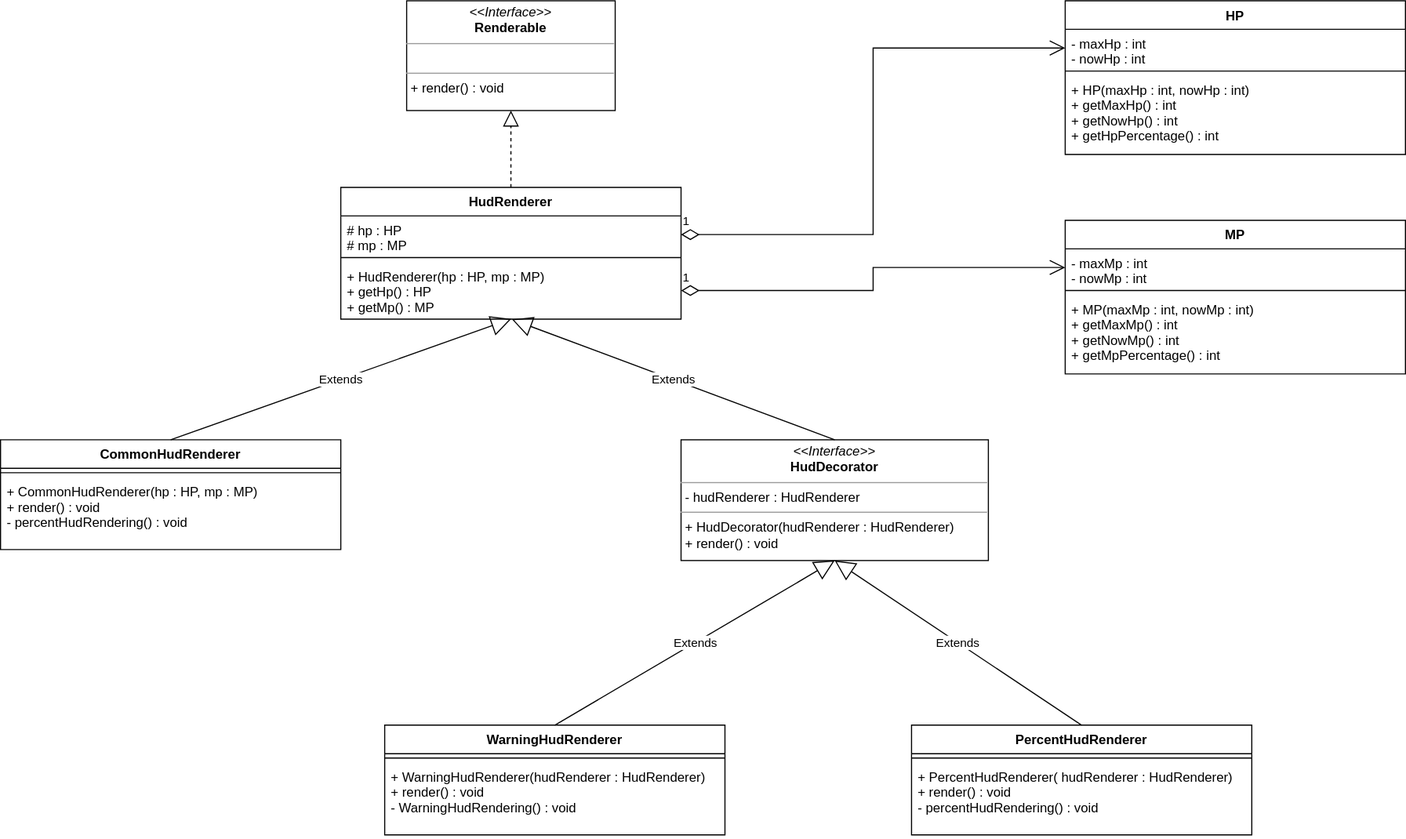
Before: app/src/main/resources/decorator/Decorator_Pattern.drawio.svg, a diagram exported from draw.io (jongHyeon0000/DesignPattern-example). Source tidied: cells renumbered, new cells last; positions are measured from the earlier drawing's top-left corner, leaving out a move shared by most shapes.
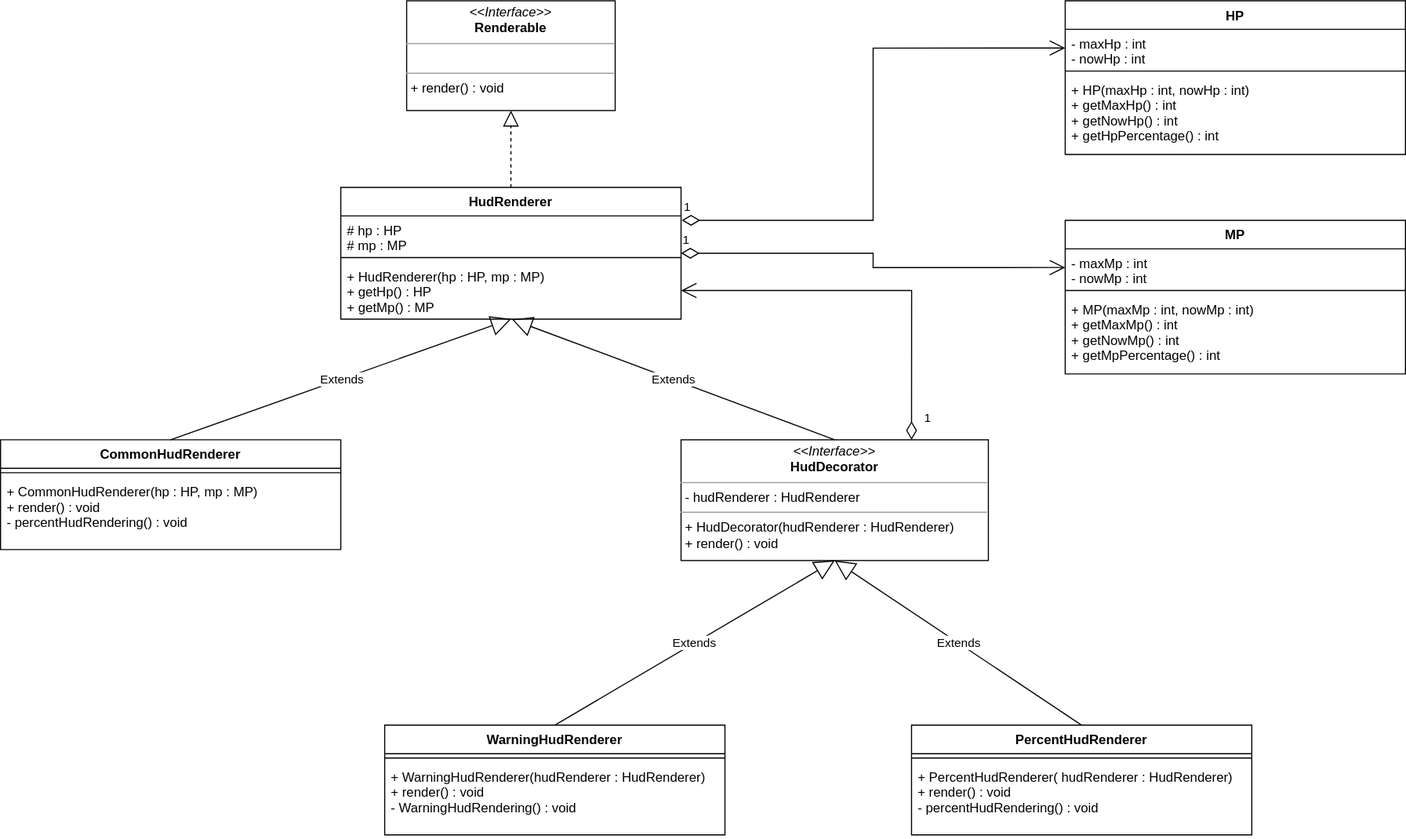
The same file after the commit.

Diff of the diagram source:
```diff
@@ -86,11 +86,14 @@
     <mxCell id="29" value="Extends" style="endArrow=block;endSize=16;endFill=0;html=1;rounded=0;exitX=0.5;exitY=0;exitDx=0;exitDy=0;entryX=0.5;entryY=1;entryDx=0;entryDy=0;" parent="1" edge="1" source="22" target="11">
       <mxGeometry relative="1" as="geometry" />
     </mxCell>
-    <mxCell id="30" value="1" style="endArrow=open;html=1;endSize=12;startArrow=diamondThin;startSize=14;startFill=0;edgeStyle=orthogonalEdgeStyle;align=left;verticalAlign=bottom;rounded=0;exitX=1;exitY=0.5;exitDx=0;exitDy=0;entryX=0;entryY=0.5;entryDx=0;entryDy=0;" parent="1" edge="1" source="13" target="4">
+    <mxCell id="30" value="1" style="endArrow=open;html=1;endSize=12;startArrow=diamondThin;startSize=14;startFill=0;edgeStyle=orthogonalEdgeStyle;align=left;verticalAlign=bottom;rounded=0;exitX=1.002;exitY=0.118;exitDx=0;exitDy=0;entryX=0;entryY=0.5;entryDx=0;entryDy=0;exitPerimeter=0;" parent="1" edge="1" source="13" target="4">
       <mxGeometry x="-1" y="3" relative="1" as="geometry" />
     </mxCell>
-    <mxCell id="31" value="1" style="endArrow=open;html=1;endSize=12;startArrow=diamondThin;startSize=14;startFill=0;edgeStyle=orthogonalEdgeStyle;align=left;verticalAlign=bottom;rounded=0;exitX=1;exitY=0.5;exitDx=0;exitDy=0;entryX=0;entryY=0.5;entryDx=0;entryDy=0;" parent="1" edge="1" source="15" target="8">
+    <mxCell id="31" value="1" style="endArrow=open;html=1;endSize=12;startArrow=diamondThin;startSize=14;startFill=0;edgeStyle=orthogonalEdgeStyle;align=left;verticalAlign=bottom;rounded=0;exitX=1;exitY=0.5;exitDx=0;exitDy=0;entryX=0;entryY=0.5;entryDx=0;entryDy=0;" parent="1" edge="1" source="12" target="8">
       <mxGeometry x="-1" y="3" relative="1" as="geometry" />
     </mxCell>
+    <mxCell id="32" value="1" style="endArrow=open;html=1;endSize=12;startArrow=diamondThin;startSize=14;startFill=0;edgeStyle=orthogonalEdgeStyle;align=left;verticalAlign=bottom;rounded=0;exitX=0.75;exitY=0;exitDx=0;exitDy=0;entryX=1;entryY=0.5;entryDx=0;entryDy=0;" parent="1" edge="1" source="11" target="15">
+      <mxGeometry x="-0.94" y="-10" relative="1" as="geometry" />
+    </mxCell>
   </root>
 </mxGraphModel>
```
